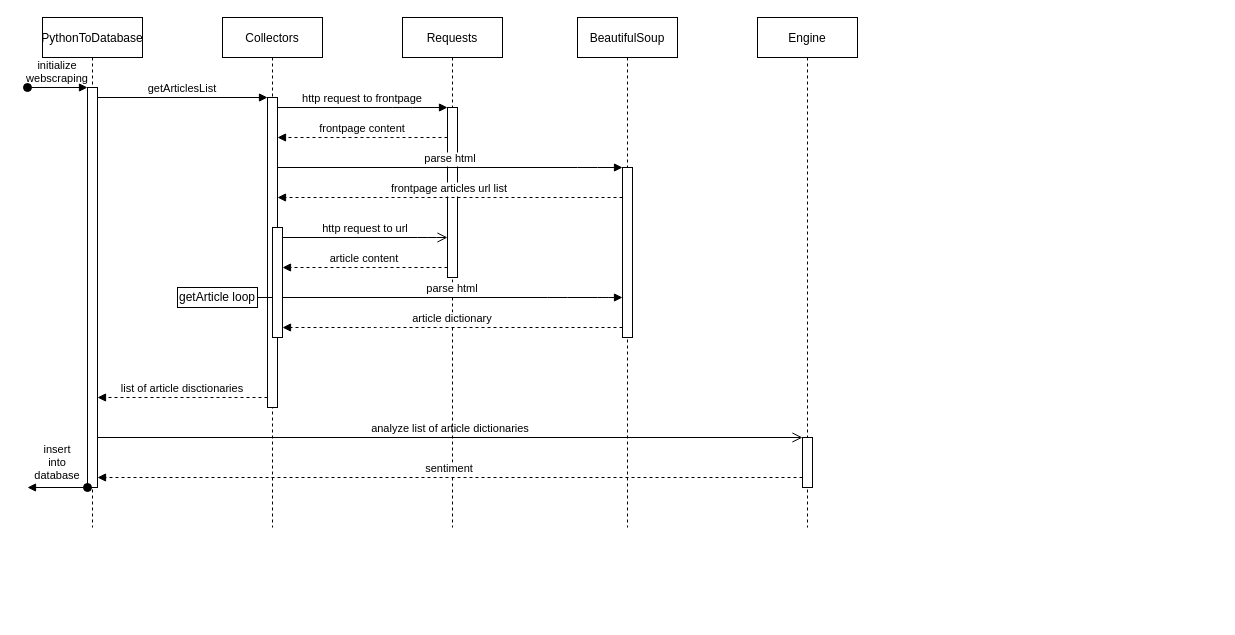
Earlier version of the draw.io diagram page "Page-1" (1 of 2) of sequence.drawio (axellervik/DD1369). Source tidied: cells renumbered, new cells numbered last; positions are measured from the earlier drawing's top-left corner, leaving out a move shared by most shapes. Both pictures are drawn from the tidied source at 100%, with x=0, y=0 at pixel (27, 17).
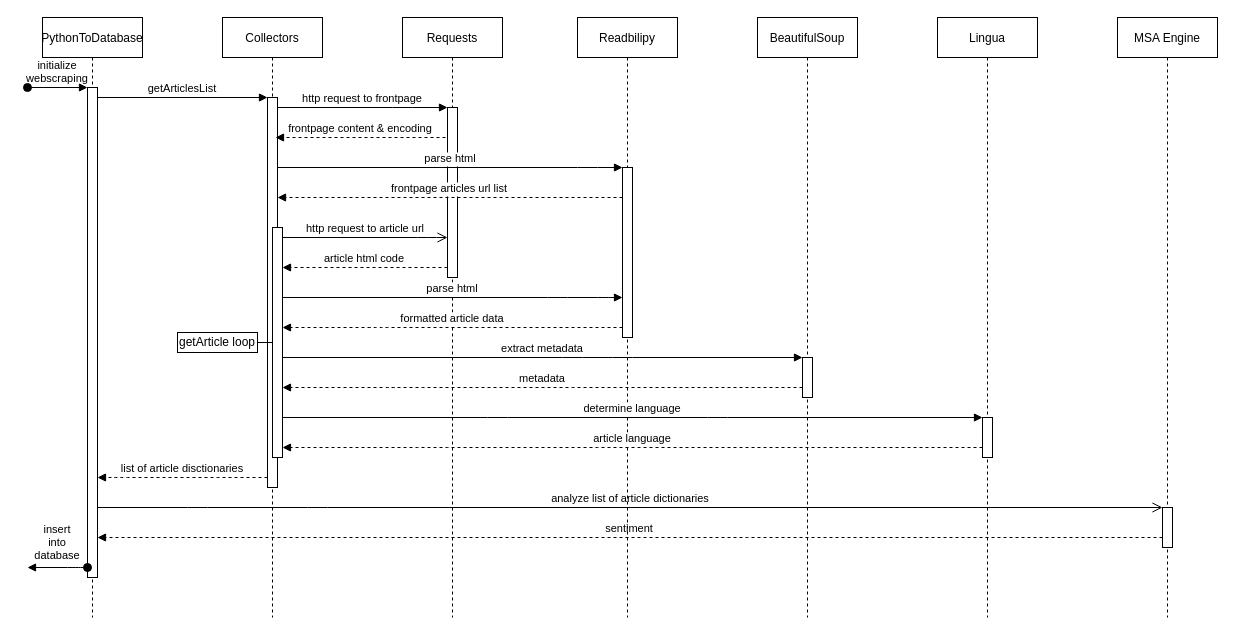
Above is the later version.

Unchanged cells that the change refers to:
```xml
<mxCell id="14" style="points=[];perimeter=orthogonalPerimeter;rounded=0;shadow=0;strokeWidth=1;" parent="13" vertex="1">
  <mxGeometry x="45" y="90" width="10" height="170" as="geometry" />
</mxCell>
<mxCell id="24" style="points=[];perimeter=orthogonalPerimeter;rounded=0;shadow=0;strokeWidth=1;" parent="23" vertex="1">
  <mxGeometry x="45" y="150" width="10" height="170" as="geometry" />
</mxCell>
```

The edit, as a diff of the source:
```diff
@@
     <mxCell id="2" value="PythonToDatabase" style="shape=umlLifeline;perimeter=lifelinePerimeter;rounded=0;shadow=0;strokeWidth=1;" parent="1" vertex="1">
-      <mxGeometry x="15" width="100" height="510" as="geometry" />
+      <mxGeometry x="15" width="100" height="600" as="geometry" />
     </mxCell>
     <mxCell id="3" style="points=[];perimeter=orthogonalPerimeter;rounded=0;shadow=0;strokeWidth=1;" parent="2" vertex="1">
-      <mxGeometry x="45" y="70" width="10" height="400" as="geometry" />
+      <mxGeometry x="45" y="70" width="10" height="490" as="geometry" />
     </mxCell>
@@
     <mxCell id="5" value="Collectors" style="shape=umlLifeline;perimeter=lifelinePerimeter;rounded=0;shadow=0;strokeWidth=1;" parent="1" vertex="1">
-      <mxGeometry x="195" width="100" height="510" as="geometry" />
+      <mxGeometry x="195" width="100" height="600" as="geometry" />
     </mxCell>
     <mxCell id="6" style="points=[];perimeter=orthogonalPerimeter;rounded=0;shadow=0;strokeWidth=1;" parent="5" vertex="1">
-      <mxGeometry x="45" y="80" width="10" height="310" as="geometry" />
+      <mxGeometry x="45" y="80" width="10" height="390" as="geometry" />
     </mxCell>
     <mxCell id="7" style="points=[];perimeter=orthogonalPerimeter;rounded=0;shadow=0;strokeWidth=1;" parent="5" vertex="1">
-      <mxGeometry x="50" y="210" width="10" height="110" as="geometry" />
+      <mxGeometry x="50" y="210" width="10" height="230" as="geometry" />
     </mxCell>
-    <mxCell id="8" value="getArticle loop" style="rounded=0;whiteSpace=wrap;html=1;strokeWidth=1;fillColor=none;" parent="5" vertex="1">
-      <mxGeometry x="-45" y="270" width="80" height="20" as="geometry" />
-    </mxCell>
-    <mxCell id="9" style="edgeStyle=orthogonalEdgeStyle;rounded=0;orthogonalLoop=1;jettySize=auto;html=1;exitX=0.5;exitY=1;exitDx=0;exitDy=0;labelBackgroundColor=none;" parent="5" edge="1" source="8" target="8">
-      <mxGeometry relative="1" as="geometry" />
-    </mxCell>
-    <mxCell id="10" style="endArrow=none;html=1;rounded=0;labelBackgroundColor=none;" parent="5" edge="1" source="8" target="7">
-      <mxGeometry relative="1" as="geometry" />
-    </mxCell>
     <mxCell id="11" value="analyze list of article dictionaries" style="verticalAlign=bottom;endArrow=open;endSize=8;shadow=0;strokeWidth=1;" parent="1" edge="1" source="3" target="20">
-      <mxGeometry relative="1" as="geometry" />
+      <mxGeometry relative="1" as="geometry">
+        <Array as="points">
+          <mxPoint x="170" y="490" />
+          <mxPoint x="290" y="490" />
+        </Array>
+      </mxGeometry>
     </mxCell>
@@
     <mxCell id="13" value="Requests" style="shape=umlLifeline;perimeter=lifelinePerimeter;rounded=0;shadow=0;strokeWidth=1;" parent="1" vertex="1">
-      <mxGeometry x="375" width="100" height="510" as="geometry" />
+      <mxGeometry x="375" width="100" height="600" as="geometry" />
     </mxCell>
@@
-    <mxCell id="16" value="http request to url" style="verticalAlign=bottom;endArrow=open;endSize=8;shadow=0;strokeWidth=1;" parent="1" edge="1" source="7" target="14">
+    <mxCell id="16" value="http request to article url" style="verticalAlign=bottom;endArrow=open;endSize=8;shadow=0;strokeWidth=1;" parent="1" edge="1" source="7" target="14">
       <mxGeometry relative="1" as="geometry">
         <Array as="points">
           <mxPoint x="400" y="220" />
         </Array>
       </mxGeometry>
     </mxCell>
-    <mxCell id="17" value="article dictionary" style="verticalAlign=bottom;endArrow=block;shadow=0;strokeWidth=1;dashed=1;" parent="1" edge="1" source="24" target="7">
+    <mxCell id="17" value="formatted article data" style="verticalAlign=bottom;endArrow=block;shadow=0;strokeWidth=1;dashed=1;" parent="1" edge="1" source="24" target="7">
       <mxGeometry relative="1" as="geometry">
         <Array as="points">
           <mxPoint x="540" y="310" />
           <mxPoint x="370" y="310" />
           <mxPoint x="350" y="310" />
         </Array>
       </mxGeometry>
     </mxCell>
-    <mxCell id="18" value="frontpage content" style="verticalAlign=bottom;endArrow=block;shadow=0;strokeWidth=1;dashed=1;" parent="1" edge="1" source="14" target="6">
+    <mxCell id="18" value="frontpage content &amp; encoding" style="verticalAlign=bottom;endArrow=block;shadow=0;strokeWidth=1;dashed=1;" parent="1" edge="1">
       <mxGeometry relative="1" as="geometry">
+        <mxPoint x="418" y="120" as="sourcePoint" />
+        <mxPoint x="248" y="120" as="targetPoint" />
         <Array as="points">
-          <mxPoint x="335" y="120" />
+          <mxPoint x="333" y="120" />
         </Array>
       </mxGeometry>
     </mxCell>
-    <mxCell id="19" value="Engine" style="shape=umlLifeline;perimeter=lifelinePerimeter;rounded=0;shadow=0;strokeWidth=1;" parent="1" vertex="1">
-      <mxGeometry x="730" width="100" height="510" as="geometry" />
+    <mxCell id="19" value="MSA Engine" style="shape=umlLifeline;perimeter=lifelinePerimeter;rounded=0;shadow=0;strokeWidth=1;" parent="1" vertex="1">
+      <mxGeometry x="1090" width="100" height="600" as="geometry" />
     </mxCell>
     <mxCell id="20" style="points=[];perimeter=orthogonalPerimeter;rounded=0;shadow=0;strokeWidth=1;" parent="19" vertex="1">
-      <mxGeometry x="45" y="420" width="10" height="50" as="geometry" />
+      <mxGeometry x="45" y="490" width="10" height="40" as="geometry" />
     </mxCell>
     <mxCell id="21" value="sentiment" style="verticalAlign=bottom;endArrow=block;shadow=0;strokeWidth=1;dashed=1;" parent="1" edge="1" source="20" target="3">
       <mxGeometry relative="1" as="geometry">
         <Array as="points">
-          <mxPoint x="310" y="460" />
+          <mxPoint x="710" y="520" />
+          <mxPoint x="330" y="520" />
         </Array>
       </mxGeometry>
     </mxCell>
     <mxCell id="22" value="list of article disctionaries" style="verticalAlign=bottom;endArrow=block;shadow=0;strokeWidth=1;dashed=1;" parent="1" edge="1" source="6" target="3">
       <mxGeometry relative="1" as="geometry">
         <Array as="points">
-          <mxPoint x="190" y="380" />
-          <mxPoint x="130" y="380" />
+          <mxPoint x="180" y="460" />
+          <mxPoint x="90" y="460" />
         </Array>
       </mxGeometry>
     </mxCell>
-    <mxCell id="23" value="BeautifulSoup" style="shape=umlLifeline;perimeter=lifelinePerimeter;rounded=0;shadow=0;strokeWidth=1;" parent="1" vertex="1">
-      <mxGeometry x="550" width="100" height="510" as="geometry" />
+    <mxCell id="23" value="Readbilipy" style="shape=umlLifeline;perimeter=lifelinePerimeter;rounded=0;shadow=0;strokeWidth=1;" parent="1" vertex="1">
+      <mxGeometry x="550" width="100" height="600" as="geometry" />
     </mxCell>
@@
-    <mxCell id="27" value="article content" style="verticalAlign=bottom;endArrow=block;shadow=0;strokeWidth=1;dashed=1;" parent="1" edge="1" source="14" target="7">
+    <mxCell id="27" value="article html code" style="verticalAlign=bottom;endArrow=block;shadow=0;strokeWidth=1;dashed=1;" parent="1" edge="1" source="14" target="7">
       <mxGeometry relative="1" as="geometry">
         <Array as="points">
           <mxPoint x="400" y="250" />
         </Array>
       </mxGeometry>
     </mxCell>
@@
     <mxCell id="29" value="insert&#10;into&#10;database&#10;" style="verticalAlign=bottom;startArrow=oval;endArrow=block;startSize=8;shadow=0;strokeWidth=1;labelBackgroundColor=none;" parent="1" edge="1" source="3">
       <mxGeometry y="10" relative="1" as="geometry">
-        <mxPoint y="470" as="targetPoint" />
+        <mxPoint y="550" as="targetPoint" />
+        <Array as="points">
+          <mxPoint x="50" y="550" />
+        </Array>
       </mxGeometry>
     </mxCell>
+    <mxCell id="30" value="Lingua" style="shape=umlLifeline;perimeter=lifelinePerimeter;rounded=0;shadow=0;strokeWidth=1;" parent="1" vertex="1">
+      <mxGeometry x="910" width="100" height="600" as="geometry" />
+    </mxCell>
+    <mxCell id="31" style="points=[];perimeter=orthogonalPerimeter;rounded=0;shadow=0;strokeWidth=1;" parent="30" vertex="1">
+      <mxGeometry x="45" y="400" width="10" height="40" as="geometry" />
+    </mxCell>
+    <mxCell id="32" value="determine language" style="verticalAlign=bottom;endArrow=block;shadow=0;strokeWidth=1;" parent="1" edge="1" source="7" target="31">
+      <mxGeometry relative="1" as="geometry">
+        <Array as="points">
+          <mxPoint x="470" y="400" />
+          <mxPoint x="690" y="400" />
+        </Array>
+      </mxGeometry>
+    </mxCell>
+    <mxCell id="33" value="article language" style="verticalAlign=bottom;endArrow=block;shadow=0;strokeWidth=1;dashed=1;" parent="1" edge="1" source="31" target="7">
+      <mxGeometry relative="1" as="geometry">
+        <Array as="points">
+          <mxPoint x="580" y="430" />
+          <mxPoint x="430" y="430" />
+          <mxPoint x="380" y="430" />
+        </Array>
+      </mxGeometry>
+    </mxCell>
+    <mxCell id="34" value="BeautifulSoup" style="shape=umlLifeline;perimeter=lifelinePerimeter;rounded=0;shadow=0;strokeWidth=1;" parent="1" vertex="1">
+      <mxGeometry x="730" width="100" height="600" as="geometry" />
+    </mxCell>
+    <mxCell id="35" style="points=[];perimeter=orthogonalPerimeter;rounded=0;shadow=0;strokeWidth=1;" parent="34" vertex="1">
+      <mxGeometry x="45" y="340" width="10" height="40" as="geometry" />
+    </mxCell>
+    <mxCell id="36" value="metadata" style="verticalAlign=bottom;endArrow=block;shadow=0;strokeWidth=1;dashed=1;" parent="1" edge="1" source="35" target="7">
+      <mxGeometry relative="1" as="geometry">
+        <Array as="points">
+          <mxPoint x="555" y="370" />
+          <mxPoint x="385" y="370" />
+          <mxPoint x="365" y="370" />
+        </Array>
+      </mxGeometry>
+    </mxCell>
+    <mxCell id="37" value="extract metadata" style="verticalAlign=bottom;endArrow=block;shadow=0;strokeWidth=1;" parent="1" edge="1" source="7" target="35">
+      <mxGeometry relative="1" as="geometry">
+        <Array as="points">
+          <mxPoint x="545" y="340" />
+          <mxPoint x="595" y="340" />
+        </Array>
+      </mxGeometry>
+    </mxCell>
+    <mxCell id="8" value="getArticle loop" style="rounded=0;whiteSpace=wrap;html=1;strokeWidth=1;fillColor=none;" parent="1" vertex="1">
+      <mxGeometry x="150" y="315" width="80" height="20" as="geometry" />
+    </mxCell>
+    <mxCell id="9" style="edgeStyle=orthogonalEdgeStyle;rounded=0;orthogonalLoop=1;jettySize=auto;html=1;exitX=0.5;exitY=1;exitDx=0;exitDy=0;labelBackgroundColor=none;" parent="1" edge="1" source="8" target="8">
+      <mxGeometry relative="1" as="geometry" />
+    </mxCell>
+    <mxCell id="10" style="endArrow=none;html=1;rounded=0;labelBackgroundColor=none;" parent="1" edge="1" source="8" target="7">
+      <mxGeometry relative="1" as="geometry" />
+    </mxCell>
```
